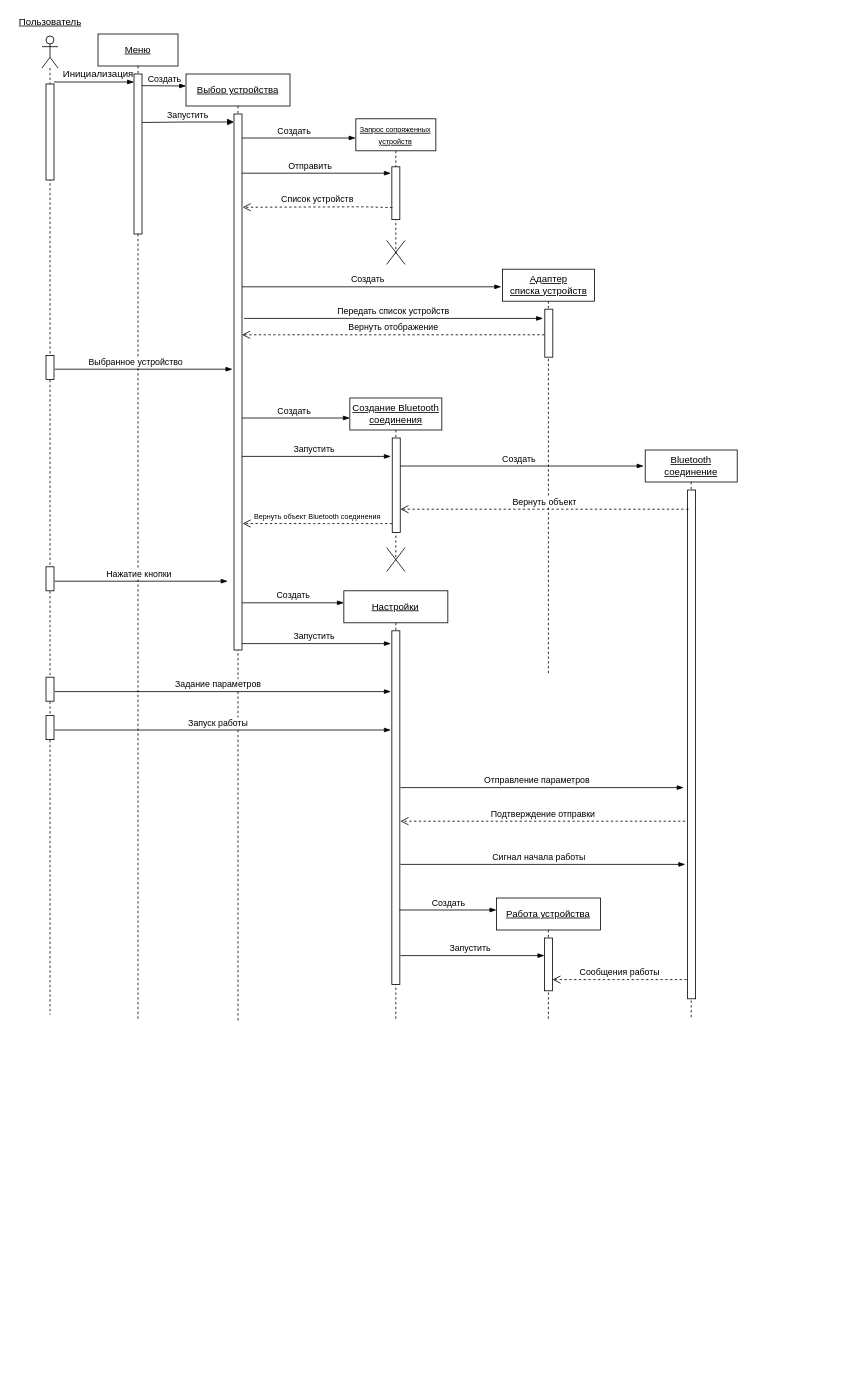
Above: наброски/диаграмма_последовательности_действий.drawio in moroz-matros/badminton_training_diplom (draw.io), before the change. Source tidied: cells renumbered, new cells numbered last; positions are measured from the earlier drawing's top-left corner, leaving out a move shared by most shapes. Both pictures are drawn from the tidied source at 80%, with x=0, y=0 at pixel (14, 14).
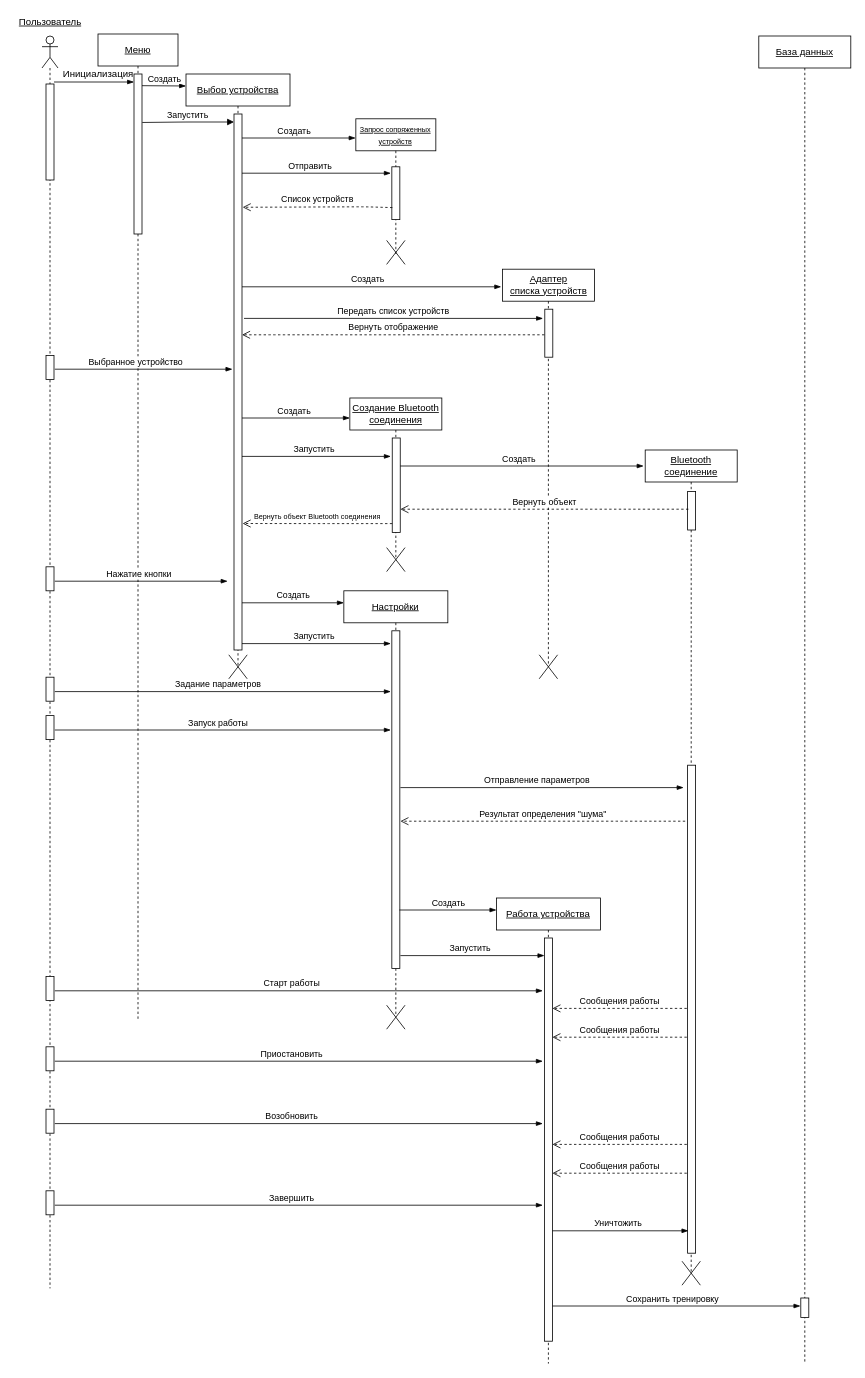
Above is the later version.

What changed in the source:
```diff
@@
     <mxCell id="2" style="shape=umlLifeline;participant=umlActor;perimeter=lifelinePerimeter;whiteSpace=wrap;html=1;verticalAlign=top;spacingTop=36;outlineConnect=0;" parent="1" vertex="1">
-      <mxGeometry x="35" y="27.5" width="20" height="1223.5" as="geometry" />
+      <mxGeometry x="35" y="27.5" width="20" height="1565.5" as="geometry" />
     </mxCell>
@@
     <mxCell id="20" value="&lt;u&gt;Выбор устройства&lt;br&gt;&lt;/u&gt;" style="shape=umlLifeline;perimeter=lifelinePerimeter;whiteSpace=wrap;html=1;" parent="1" vertex="1">
-      <mxGeometry x="215" y="75" width="130" height="1184" as="geometry" />
+      <mxGeometry x="215" y="75" width="130" height="740" as="geometry" />
     </mxCell>
@@
+    <mxCell id="56" style="shape=umlDestroy;" parent="20" vertex="1">
+      <mxGeometry x="53.5" y="726" width="23" height="30" as="geometry" />
+    </mxCell>
@@
     <mxCell id="27" value="&lt;u&gt;Адаптер&lt;br&gt;списка устройств&lt;br&gt;&lt;/u&gt;" style="shape=umlLifeline;perimeter=lifelinePerimeter;whiteSpace=wrap;html=1;" parent="1" vertex="1">
-      <mxGeometry x="610.5" y="319" width="115" height="508" as="geometry" />
+      <mxGeometry x="610.5" y="319" width="115" height="496" as="geometry" />
     </mxCell>
@@
+    <mxCell id="57" style="shape=umlDestroy;" parent="27" vertex="1">
+      <mxGeometry x="46" y="482" width="23" height="30" as="geometry" />
+    </mxCell>
@@
     <mxCell id="37" value="&lt;u&gt;Bluetooth соединение&lt;br&gt;&lt;/u&gt;" style="shape=umlLifeline;perimeter=lifelinePerimeter;whiteSpace=wrap;html=1;" parent="1" vertex="1">
-      <mxGeometry x="789" y="545" width="115" height="710" as="geometry" />
+      <mxGeometry x="789" y="545" width="115" height="1030" as="geometry" />
     </mxCell>
     <mxCell id="38" style="html=1;perimeter=orthogonalPerimeter;" parent="37" vertex="1">
-      <mxGeometry x="53" y="50" width="10" height="636" as="geometry" />
+      <mxGeometry x="53" y="394" width="10" height="610" as="geometry" />
     </mxCell>
+    <mxCell id="58" style="html=1;perimeter=orthogonalPerimeter;" parent="37" vertex="1">
+      <mxGeometry x="53" y="52" width="10" height="48" as="geometry" />
+    </mxCell>
+    <mxCell id="59" style="shape=umlDestroy;" parent="37" vertex="1">
+      <mxGeometry x="46" y="1014" width="23" height="30" as="geometry" />
+    </mxCell>
@@
     <mxCell id="40" value="&lt;u&gt;Настройки&lt;br&gt;&lt;/u&gt;" style="shape=umlLifeline;perimeter=lifelinePerimeter;whiteSpace=wrap;html=1;" parent="1" vertex="1">
-      <mxGeometry x="412.3" y="721" width="130" height="536" as="geometry" />
+      <mxGeometry x="412.3" y="721" width="130" height="532" as="geometry" />
     </mxCell>
@@
     <mxCell id="42" style="html=1;perimeter=orthogonalPerimeter;" parent="40" vertex="1">
-      <mxGeometry x="60" y="50" width="10" height="442" as="geometry" />
+      <mxGeometry x="60" y="50" width="10" height="422" as="geometry" />
     </mxCell>
+    <mxCell id="60" style="shape=umlDestroy;" parent="40" vertex="1">
+      <mxGeometry x="53.5" y="518" width="23" height="30" as="geometry" />
+    </mxCell>
@@
-    <mxCell id="48" value="Подтверждение отправки" style="html=1;verticalAlign=bottom;endArrow=open;dashed=1;endSize=8;" parent="1" edge="1">
+    <mxCell id="48" value="Результат определения &quot;шума&quot;" style="html=1;verticalAlign=bottom;endArrow=open;dashed=1;endSize=8;" parent="1" edge="1">
       <mxGeometry relative="1" as="geometry">
         <mxPoint x="839" y="1009" as="sourcePoint" />
         <mxPoint x="483" y="1009" as="targetPoint" />
         <Array as="points">
           <mxPoint x="749" y="1009" />
         </Array>
       </mxGeometry>
     </mxCell>
-    <mxCell id="49" value="Сигнал начала работы" style="html=1;verticalAlign=bottom;endArrow=blockThin;endFill=1;" parent="1" edge="1">
-      <mxGeometry x="-0.03" relative="1" as="geometry">
-        <mxPoint x="483" y="1063" as="sourcePoint" />
-        <mxPoint x="839" y="1063" as="targetPoint" />
-      </mxGeometry>
-    </mxCell>
     <mxCell id="50" value="&lt;u&gt;Работа устройства&lt;br&gt;&lt;/u&gt;" style="shape=umlLifeline;perimeter=lifelinePerimeter;whiteSpace=wrap;html=1;" parent="1" vertex="1">
-      <mxGeometry x="603" y="1105" width="130" height="152" as="geometry" />
+      <mxGeometry x="603" y="1105" width="130" height="582" as="geometry" />
     </mxCell>
@@
     <mxCell id="52" style="html=1;perimeter=orthogonalPerimeter;" parent="50" vertex="1">
-      <mxGeometry x="60" y="50" width="10" height="66" as="geometry" />
+      <mxGeometry x="60" y="50" width="10" height="504" as="geometry" />
     </mxCell>
@@
     <mxCell id="54" value="Сообщения работы" style="html=1;verticalAlign=bottom;endArrow=open;dashed=1;endSize=8;" parent="50" edge="1">
       <mxGeometry relative="1" as="geometry">
-        <mxPoint x="238" y="102" as="sourcePoint" />
-        <mxPoint x="70" y="102" as="targetPoint" />
+        <mxPoint x="238" y="138" as="sourcePoint" />
+        <mxPoint x="70" y="138" as="targetPoint" />
         <Array as="points">
-          <mxPoint x="238" y="102" />
+          <mxPoint x="238" y="138" />
         </Array>
       </mxGeometry>
     </mxCell>
+    <mxCell id="61" value="Сообщения работы" style="html=1;verticalAlign=bottom;endArrow=open;dashed=1;endSize=8;" parent="50" edge="1">
+      <mxGeometry relative="1" as="geometry">
+        <mxPoint x="238" y="174" as="sourcePoint" />
+        <mxPoint x="70" y="174" as="targetPoint" />
+        <Array as="points">
+          <mxPoint x="238" y="174" />
+        </Array>
+      </mxGeometry>
+    </mxCell>
+    <mxCell id="62" value="Сообщения работы" style="html=1;verticalAlign=bottom;endArrow=open;dashed=1;endSize=8;" parent="50" edge="1">
+      <mxGeometry relative="1" as="geometry">
+        <mxPoint x="238" y="308" as="sourcePoint" />
+        <mxPoint x="70" y="308" as="targetPoint" />
+        <Array as="points">
+          <mxPoint x="238" y="308" />
+        </Array>
+      </mxGeometry>
+    </mxCell>
+    <mxCell id="63" value="Сообщения работы" style="html=1;verticalAlign=bottom;endArrow=open;dashed=1;endSize=8;" parent="50" edge="1">
+      <mxGeometry relative="1" as="geometry">
+        <mxPoint x="238" y="344" as="sourcePoint" />
+        <mxPoint x="70" y="344" as="targetPoint" />
+        <Array as="points">
+          <mxPoint x="238" y="344" />
+        </Array>
+      </mxGeometry>
+    </mxCell>
+    <mxCell id="64" value="Уничтожить" style="html=1;verticalAlign=bottom;endArrow=blockThin;endFill=1;" parent="50" edge="1">
+      <mxGeometry x="-0.03" relative="1" as="geometry">
+        <mxPoint x="70" y="416" as="sourcePoint" />
+        <mxPoint x="240" y="416" as="targetPoint" />
+      </mxGeometry>
+    </mxCell>
@@
+    <mxCell id="65" style="html=1;perimeter=orthogonalPerimeter;" parent="1" vertex="1">
+      <mxGeometry x="40" y="1203" width="10" height="30" as="geometry" />
+    </mxCell>
+    <mxCell id="66" value="Старт работы" style="html=1;verticalAlign=bottom;endArrow=blockThin;endFill=1;" parent="1" edge="1">
+      <mxGeometry x="-0.03" relative="1" as="geometry">
+        <mxPoint x="51" y="1221" as="sourcePoint" />
+        <mxPoint x="661" y="1221" as="targetPoint" />
+      </mxGeometry>
+    </mxCell>
+    <mxCell id="67" style="html=1;perimeter=orthogonalPerimeter;" parent="1" vertex="1">
+      <mxGeometry x="40" y="1291" width="10" height="30" as="geometry" />
+    </mxCell>
+    <mxCell id="68" value="Приостановить" style="html=1;verticalAlign=bottom;endArrow=blockThin;endFill=1;" parent="1" edge="1">
+      <mxGeometry x="-0.03" relative="1" as="geometry">
+        <mxPoint x="51" y="1309" as="sourcePoint" />
+        <mxPoint x="661" y="1309" as="targetPoint" />
+      </mxGeometry>
+    </mxCell>
+    <mxCell id="69" style="html=1;perimeter=orthogonalPerimeter;" parent="1" vertex="1">
+      <mxGeometry x="40" y="1369" width="10" height="30" as="geometry" />
+    </mxCell>
+    <mxCell id="70" value="Возобновить" style="html=1;verticalAlign=bottom;endArrow=blockThin;endFill=1;" parent="1" edge="1">
+      <mxGeometry x="-0.03" relative="1" as="geometry">
+        <mxPoint x="51" y="1387" as="sourcePoint" />
+        <mxPoint x="661" y="1387" as="targetPoint" />
+      </mxGeometry>
+    </mxCell>
+    <mxCell id="71" style="html=1;perimeter=orthogonalPerimeter;" parent="1" vertex="1">
+      <mxGeometry x="40" y="1471" width="10" height="30" as="geometry" />
+    </mxCell>
+    <mxCell id="72" value="Завершить" style="html=1;verticalAlign=bottom;endArrow=blockThin;endFill=1;" parent="1" edge="1">
+      <mxGeometry x="-0.03" relative="1" as="geometry">
+        <mxPoint x="51" y="1489" as="sourcePoint" />
+        <mxPoint x="661" y="1489" as="targetPoint" />
+      </mxGeometry>
+    </mxCell>
+    <mxCell id="73" value="&lt;u&gt;База данных&lt;br&gt;&lt;/u&gt;" style="shape=umlLifeline;perimeter=lifelinePerimeter;whiteSpace=wrap;html=1;" parent="1" vertex="1">
+      <mxGeometry x="931" y="27.5" width="115" height="1657.5" as="geometry" />
+    </mxCell>
+    <mxCell id="74" style="html=1;perimeter=orthogonalPerimeter;" parent="73" vertex="1">
+      <mxGeometry x="52.5" y="1577.5" width="10" height="24.5" as="geometry" />
+    </mxCell>
+    <mxCell id="75" value="Сохранить тренировку" style="html=1;verticalAlign=bottom;endArrow=blockThin;endFill=1;" parent="1" edge="1">
+      <mxGeometry x="-0.03" relative="1" as="geometry">
+        <mxPoint x="673" y="1615" as="sourcePoint" />
+        <mxPoint x="983" y="1615" as="targetPoint" />
+      </mxGeometry>
+    </mxCell>
```
